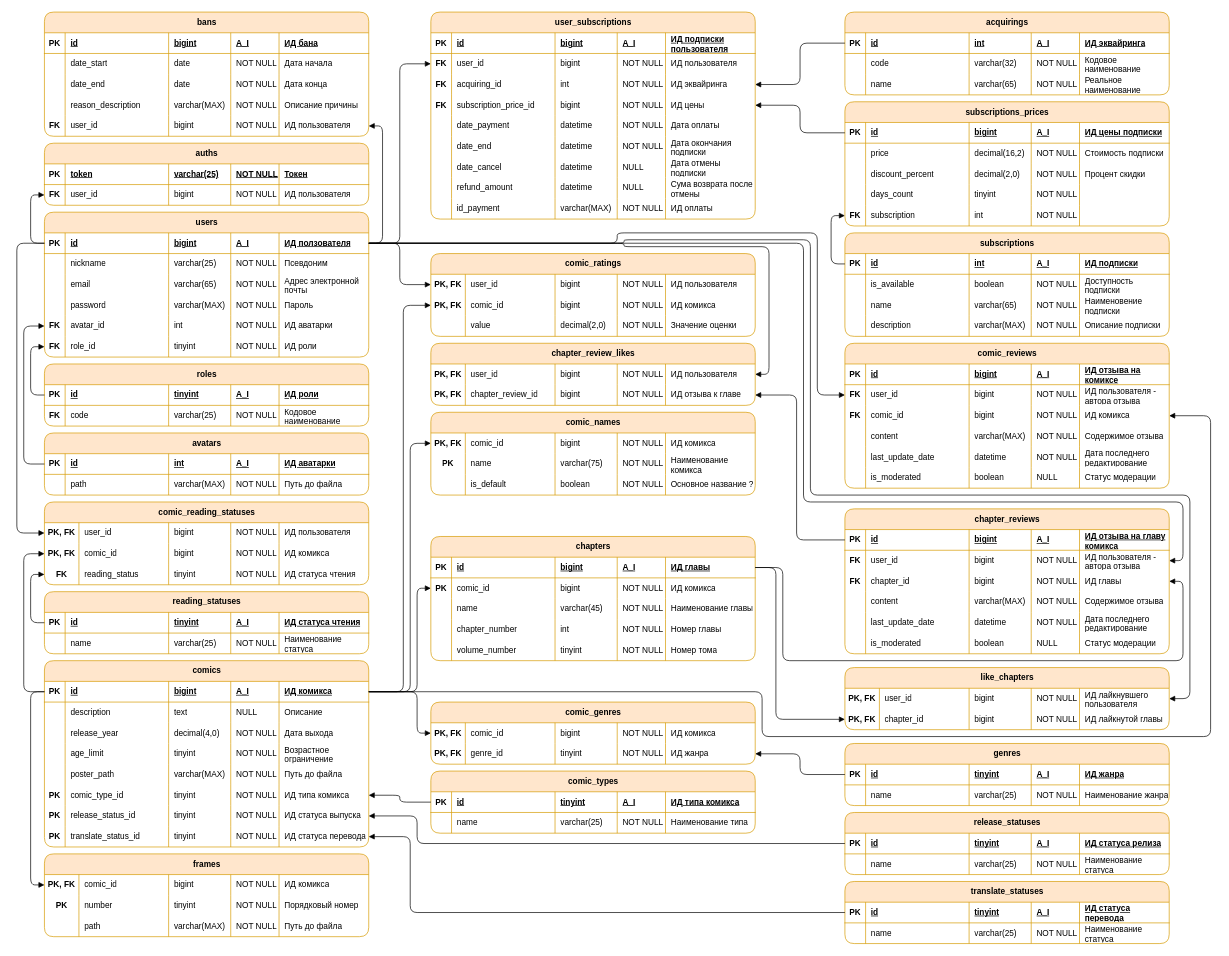
Before: page "Физическая" (3 of 3) of ПМ.11/Модели базы данных.drawio in Zamelane/exams-3-course, a draw.io diagram. Source tidied: cells renumbered, new cells numbered last; positions are measured from the earlier drawing's top-left corner, leaving out a move shared by most shapes. Both pictures are drawn from the tidied source at 69%, with x=0, y=0 at pixel (17, 12).
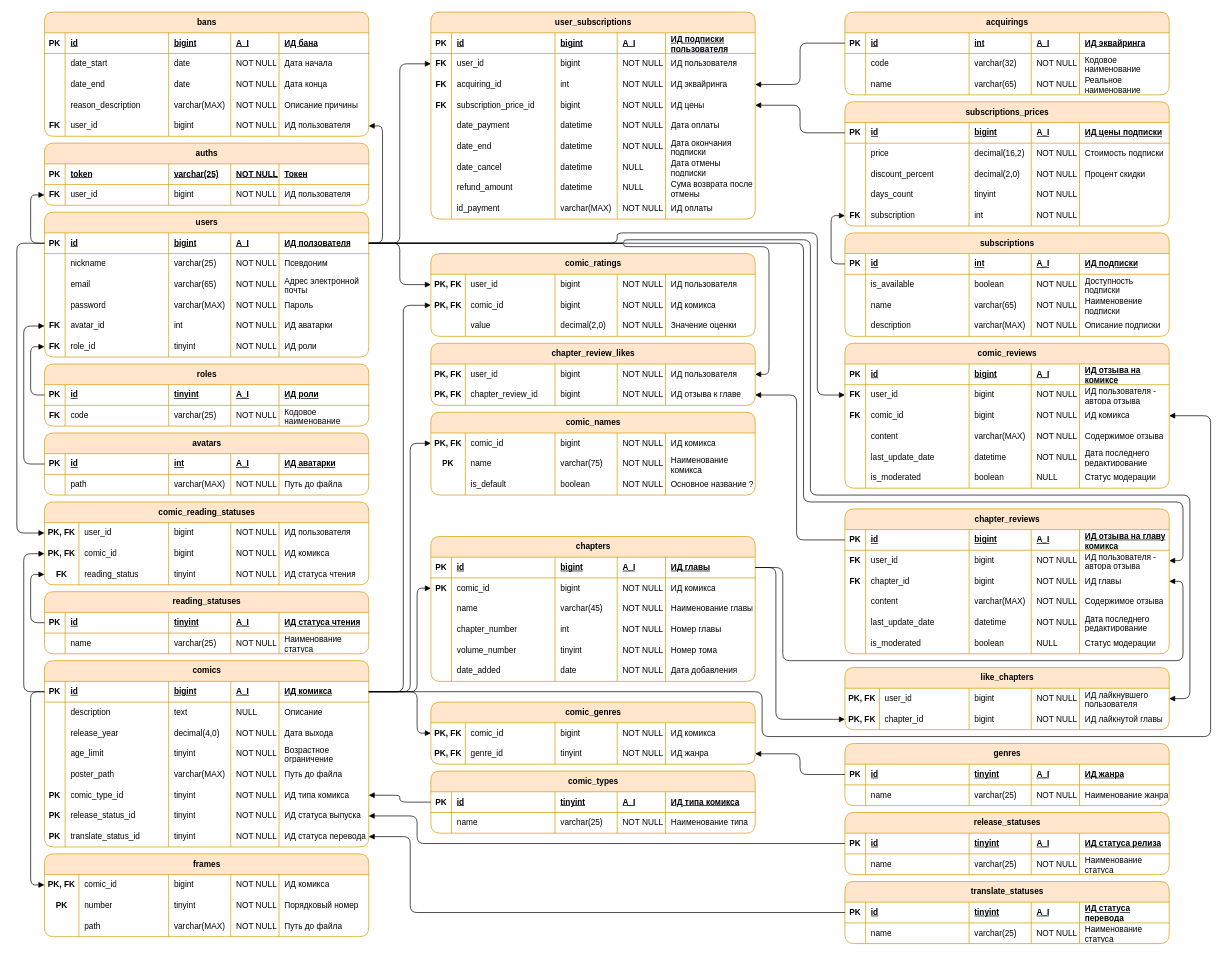
The same page after the edit.

What changed in the source:
```diff
@@
     <mxCell id="485" value="chapters" style="shape=table;startSize=30;childLayout=tableLayout;rowLines=0;fontStyle=1;align=center;html=1;rounded=1;fillColor=#ffe6cc;strokeColor=#d79b00;" parent="1" vertex="1">
-      <mxGeometry x="599.9" y="760" width="470.1" height="180" as="geometry" />
+      <mxGeometry x="599.9" y="760" width="470.1" height="210" as="geometry" />
     </mxCell>
@@
+    <mxCell id="602" style="shape=tableRow;horizontal=0;startSize=0;swimlaneHead=0;swimlaneBody=0;fillColor=none;top=0;left=0;right=0;bottom=0;" parent="485" vertex="1">
+      <mxGeometry y="180" width="470.1" height="30" as="geometry" />
+    </mxCell>
+    <mxCell id="603" style="shape=partialRectangle;fillColor=none;top=0;left=0;bottom=0;right=0;overflow=hidden;whiteSpace=wrap;html=1;fontStyle=1;" parent="602" vertex="1">
+      <mxGeometry width="30" height="30" as="geometry" />
+    </mxCell>
+    <mxCell id="604" value="date_added" style="shape=partialRectangle;fillColor=none;top=0;left=0;bottom=0;right=0;align=left;spacingLeft=6;overflow=hidden;whiteSpace=wrap;html=1;" parent="602" vertex="1">
+      <mxGeometry x="30" width="150" height="30" as="geometry" />
+    </mxCell>
+    <mxCell id="605" value="date" style="shape=partialRectangle;fillColor=none;top=0;left=0;bottom=0;right=0;align=left;spacingLeft=6;overflow=hidden;whiteSpace=wrap;html=1;" parent="602" vertex="1">
+      <mxGeometry x="180" width="90.1" height="30" as="geometry" />
+    </mxCell>
+    <mxCell id="606" value="NOT NULL" style="shape=partialRectangle;fillColor=none;top=0;left=0;bottom=0;right=0;align=left;spacingLeft=6;overflow=hidden;whiteSpace=wrap;html=1;" parent="602" vertex="1">
+      <mxGeometry x="270.1" width="70" height="30" as="geometry" />
+    </mxCell>
+    <mxCell id="607" value="Дата добавления" style="shape=partialRectangle;fillColor=none;top=0;left=0;bottom=0;right=0;align=left;spacingLeft=6;overflow=hidden;whiteSpace=wrap;html=1;" parent="602" vertex="1">
+      <mxGeometry x="340.1" width="130" height="30" as="geometry" />
+    </mxCell>
```
